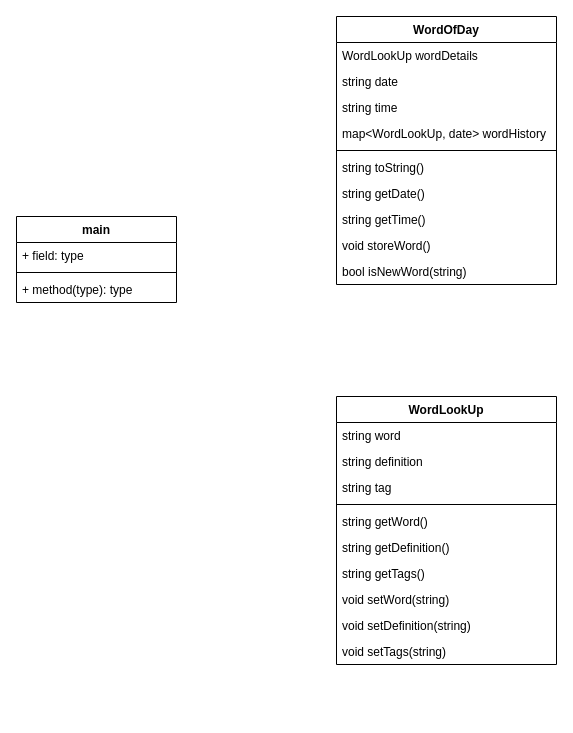
bobdidley/Word-of-the-Day keeps this draw.io diagram as UMLwordday.drawio. Above is the earlier version. Source tidied: cells renumbered, new cells numbered last; positions are measured from the earlier drawing's top-left corner, leaving out a move shared by most shapes. Both pictures are drawn from the tidied source at 100%, with x=0, y=0 at pixel (16, 16).
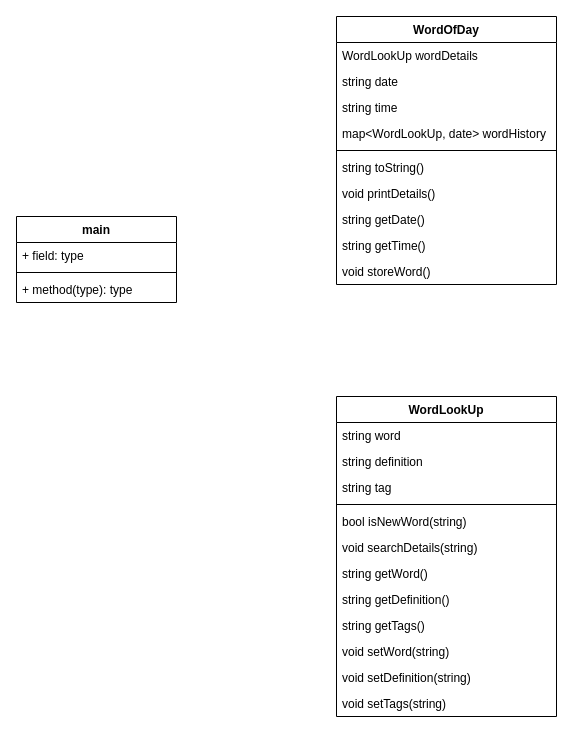
The same diagram, later.

The change refers to these unchanged cells:
```xml
<mxCell id="6" value="WordOfDay" style="swimlane;fontStyle=1;align=center;verticalAlign=top;horizontal=1;startSize=26;" parent="1" vertex="1">
  <mxGeometry x="320" width="220" height="268" as="geometry" />
</mxCell>
```

What changed in the source:
```diff
@@
+    <mxCell id="28" value="void printDetails()" style="text;strokeColor=none;fillColor=none;align=left;verticalAlign=top;spacingLeft=4;spacingRight=4;overflow=hidden;" parent="6" vertex="1">
+      <mxGeometry y="164" width="220" height="26" as="geometry" />
+    </mxCell>
     <mxCell id="13" value="string getDate()" style="text;strokeColor=none;fillColor=none;align=left;verticalAlign=top;spacingLeft=4;spacingRight=4;overflow=hidden;" parent="6" vertex="1">
-      <mxGeometry y="164" width="220" height="26" as="geometry" />
+      <mxGeometry y="190" width="220" height="26" as="geometry" />
     </mxCell>
     <mxCell id="14" value="string getTime()" style="text;strokeColor=none;fillColor=none;align=left;verticalAlign=top;spacingLeft=4;spacingRight=4;overflow=hidden;" parent="6" vertex="1">
-      <mxGeometry y="190" width="220" height="26" as="geometry" />
+      <mxGeometry y="216" width="220" height="26" as="geometry" />
     </mxCell>
     <mxCell id="15" value="void storeWord()" style="text;strokeColor=none;fillColor=none;align=left;verticalAlign=top;spacingLeft=4;spacingRight=4;overflow=hidden;" parent="6" vertex="1">
-      <mxGeometry y="216" width="220" height="26" as="geometry" />
+      <mxGeometry y="242" width="220" height="26" as="geometry" />
     </mxCell>
-    <mxCell id="16" value="bool isNewWord(string)" style="text;strokeColor=none;fillColor=none;align=left;verticalAlign=top;spacingLeft=4;spacingRight=4;overflow=hidden;" parent="6" vertex="1">
-      <mxGeometry y="242" width="220" height="26" as="geometry" />
-    </mxCell>
     <mxCell id="17" value="WordLookUp" style="swimlane;fontStyle=1;align=center;verticalAlign=top;horizontal=1;startSize=26;" parent="1" vertex="1">
-      <mxGeometry x="320" y="380" width="220" height="268" as="geometry" />
+      <mxGeometry x="320" y="380" width="220" height="320" as="geometry" />
     </mxCell>
@@
+    <mxCell id="16" value="bool isNewWord(string)" style="text;strokeColor=none;fillColor=none;align=left;verticalAlign=top;spacingLeft=4;spacingRight=4;overflow=hidden;" parent="17" vertex="1">
+      <mxGeometry y="112" width="220" height="26" as="geometry" />
+    </mxCell>
+    <mxCell id="29" value="void searchDetails(string)" style="text;strokeColor=none;fillColor=none;align=left;verticalAlign=top;spacingLeft=4;spacingRight=4;overflow=hidden;" parent="17" vertex="1">
+      <mxGeometry y="138" width="220" height="26" as="geometry" />
+    </mxCell>
     <mxCell id="22" value="string getWord()" style="text;strokeColor=none;fillColor=none;align=left;verticalAlign=top;spacingLeft=4;spacingRight=4;overflow=hidden;" parent="17" vertex="1">
-      <mxGeometry y="112" width="220" height="26" as="geometry" />
+      <mxGeometry y="164" width="220" height="26" as="geometry" />
     </mxCell>
     <mxCell id="23" value="string getDefinition()" style="text;strokeColor=none;fillColor=none;align=left;verticalAlign=top;spacingLeft=4;spacingRight=4;overflow=hidden;" parent="17" vertex="1">
-      <mxGeometry y="138" width="220" height="26" as="geometry" />
+      <mxGeometry y="190" width="220" height="26" as="geometry" />
     </mxCell>
     <mxCell id="24" value="string getTags()" style="text;strokeColor=none;fillColor=none;align=left;verticalAlign=top;spacingLeft=4;spacingRight=4;overflow=hidden;" parent="17" vertex="1">
-      <mxGeometry y="164" width="220" height="26" as="geometry" />
+      <mxGeometry y="216" width="220" height="26" as="geometry" />
     </mxCell>
     <mxCell id="25" value="void setWord(string)" style="text;strokeColor=none;fillColor=none;align=left;verticalAlign=top;spacingLeft=4;spacingRight=4;overflow=hidden;" parent="17" vertex="1">
-      <mxGeometry y="190" width="220" height="26" as="geometry" />
+      <mxGeometry y="242" width="220" height="26" as="geometry" />
     </mxCell>
     <mxCell id="26" value="void setDefinition(string)" style="text;strokeColor=none;fillColor=none;align=left;verticalAlign=top;spacingLeft=4;spacingRight=4;overflow=hidden;" parent="17" vertex="1">
-      <mxGeometry y="216" width="220" height="26" as="geometry" />
+      <mxGeometry y="268" width="220" height="26" as="geometry" />
     </mxCell>
     <mxCell id="27" value="void setTags(string)" style="text;strokeColor=none;fillColor=none;align=left;verticalAlign=top;spacingLeft=4;spacingRight=4;overflow=hidden;" parent="17" vertex="1">
-      <mxGeometry y="242" width="220" height="26" as="geometry" />
+      <mxGeometry y="294" width="220" height="26" as="geometry" />
     </mxCell>
```
